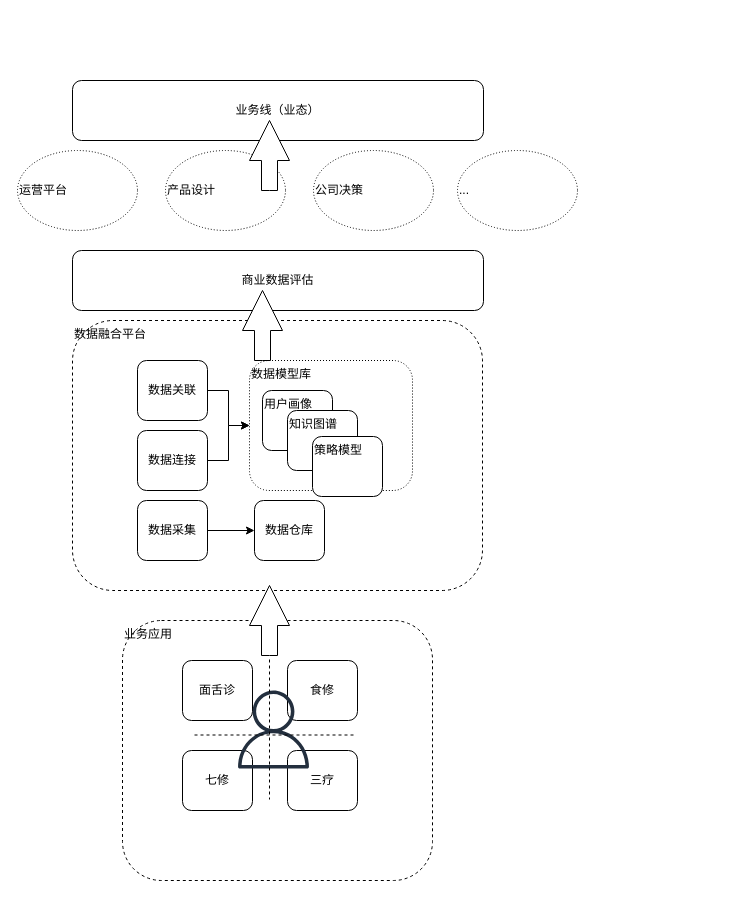
Above: _posts/Untitled Diagram.drawio in youzhanghao/youzhanghao.github.io (draw.io), before the change. Source tidied: cells renumbered, new cells numbered last; positions are measured from the earlier drawing's top-left corner, leaving out a move shared by most shapes. Both pictures are drawn from the tidied source at 100%, with x=0, y=0 at pixel (17, 80).
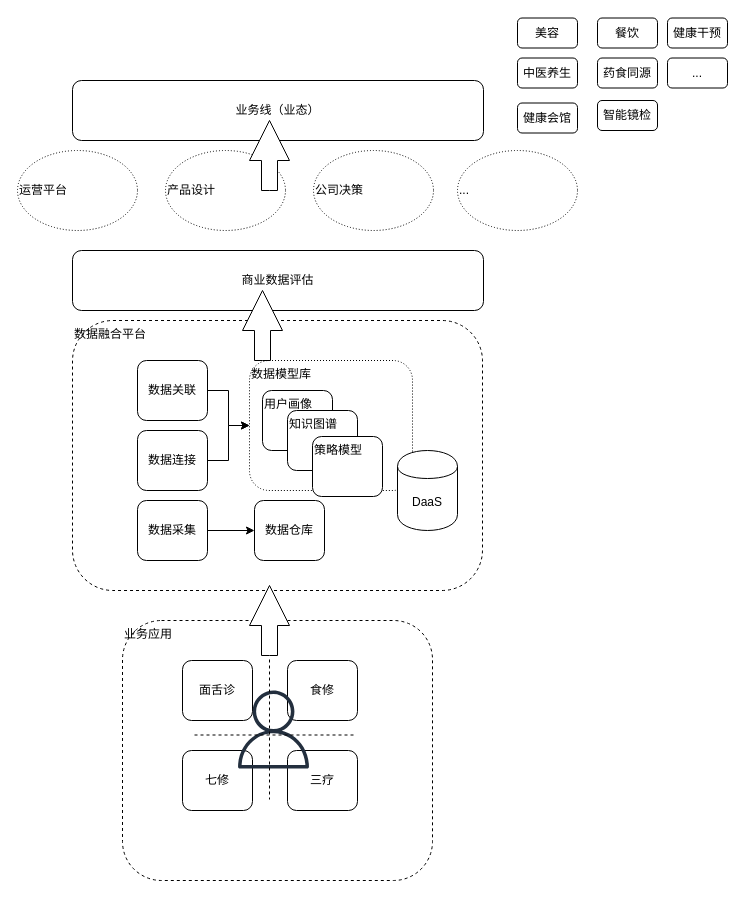
After the change.

Change to the diagram source:
```diff
@@
+    <mxCell id="31" value="美容" style="rounded=1;whiteSpace=wrap;html=1;align=center;" parent="1" vertex="1">
+      <mxGeometry x="500" y="-62.5" width="60" height="30" as="geometry" />
+    </mxCell>
+    <mxCell id="32" value="中医养生" style="rounded=1;whiteSpace=wrap;html=1;align=center;" parent="1" vertex="1">
+      <mxGeometry x="500" y="-22.5" width="60" height="30" as="geometry" />
+    </mxCell>
+    <mxCell id="33" value="健康会馆" style="rounded=1;whiteSpace=wrap;html=1;align=center;" parent="1" vertex="1">
+      <mxGeometry x="500" y="22.5" width="60" height="30" as="geometry" />
+    </mxCell>
+    <mxCell id="34" value="餐饮" style="rounded=1;whiteSpace=wrap;html=1;align=center;" parent="1" vertex="1">
+      <mxGeometry x="580" y="-62.5" width="60" height="30" as="geometry" />
+    </mxCell>
+    <mxCell id="35" value="药食同源" style="rounded=1;whiteSpace=wrap;html=1;align=center;" parent="1" vertex="1">
+      <mxGeometry x="580" y="-22.5" width="60" height="30" as="geometry" />
+    </mxCell>
+    <mxCell id="36" value="智能镜检" style="rounded=1;whiteSpace=wrap;html=1;align=center;" parent="1" vertex="1">
+      <mxGeometry x="580" y="20" width="60" height="30" as="geometry" />
+    </mxCell>
+    <mxCell id="37" value="健康干预" style="rounded=1;whiteSpace=wrap;html=1;align=center;" parent="1" vertex="1">
+      <mxGeometry x="650" y="-62.5" width="60" height="30" as="geometry" />
+    </mxCell>
+    <mxCell id="38" value="...&lt;br&gt;" style="rounded=1;whiteSpace=wrap;html=1;align=center;" parent="1" vertex="1">
+      <mxGeometry x="650" y="-22.5" width="60" height="30" as="geometry" />
+    </mxCell>
+    <mxCell id="39" value="DaaS" style="shape=cylinder;whiteSpace=wrap;html=1;boundedLbl=1;backgroundOutline=1;align=center;" parent="1" vertex="1">
+      <mxGeometry x="380" y="370" width="60" height="80" as="geometry" />
+    </mxCell>
```
